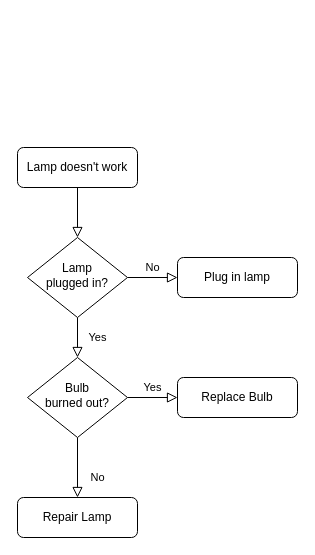
Before: Untitled Diagram.drawio in igor2000xp/drowIO, a draw.io diagram. Source tidied: cells renumbered, new cells numbered last; positions are measured from the earlier drawing's top-left corner, leaving out a move shared by most shapes. Both pictures are drawn from the tidied source at 100%, with x=0, y=0 at pixel (17, 147).
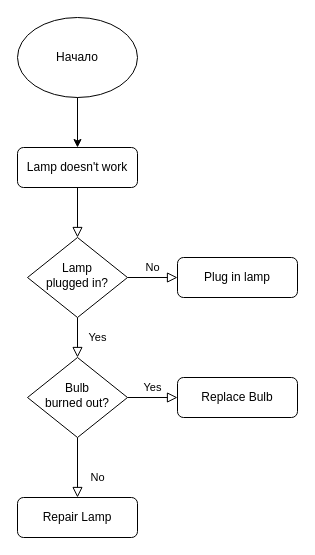
After the change.

Change to the diagram source:
```diff
@@
 <mxGraphModel>
   <root>
     <mxCell id="0" />
     <mxCell id="1" parent="0" />
     <mxCell id="2" style="rounded=0;html=1;jettySize=auto;fontSize=11;endArrow=block;endFill=0;endSize=8;strokeWidth=1;shadow=0;labelBackgroundColor=none;edgeStyle=orthogonalEdgeStyle;" parent="1" edge="1" source="3" target="6">
       <mxGeometry relative="1" as="geometry" />
     </mxCell>
     <mxCell id="3" value="Lamp doesn't work" style="rounded=1;whiteSpace=wrap;html=1;fontSize=12;glass=0;strokeWidth=1;shadow=0;" parent="1" vertex="1">
       <mxGeometry width="120" height="40" as="geometry" />
     </mxCell>
     <mxCell id="4" value="Yes" style="rounded=0;html=1;jettySize=auto;fontSize=11;endArrow=block;endFill=0;endSize=8;strokeWidth=1;shadow=0;labelBackgroundColor=none;edgeStyle=orthogonalEdgeStyle;" parent="1" edge="1" source="6" target="10">
       <mxGeometry y="20" relative="1" as="geometry" />
     </mxCell>
     <mxCell id="5" value="No" style="edgeStyle=orthogonalEdgeStyle;rounded=0;html=1;jettySize=auto;fontSize=11;endArrow=block;endFill=0;endSize=8;strokeWidth=1;shadow=0;labelBackgroundColor=none;" parent="1" edge="1" source="6" target="7">
       <mxGeometry y="10" relative="1" as="geometry" />
     </mxCell>
     <mxCell id="6" value="Lamp&lt;br&gt;plugged in?" style="rhombus;whiteSpace=wrap;html=1;shadow=0;fontFamily=Helvetica;fontSize=12;align=center;strokeWidth=1;spacing=6;spacingTop=-4;" parent="1" vertex="1">
       <mxGeometry x="10" y="90" width="100" height="80" as="geometry" />
     </mxCell>
     <mxCell id="7" value="Plug in lamp" style="rounded=1;whiteSpace=wrap;html=1;fontSize=12;glass=0;strokeWidth=1;shadow=0;" parent="1" vertex="1">
       <mxGeometry x="160" y="110" width="120" height="40" as="geometry" />
     </mxCell>
     <mxCell id="8" value="No" style="rounded=0;html=1;jettySize=auto;fontSize=11;endArrow=block;endFill=0;endSize=8;strokeWidth=1;shadow=0;labelBackgroundColor=none;edgeStyle=orthogonalEdgeStyle;" parent="1" edge="1" source="10" target="11">
       <mxGeometry x="0.33" y="20" relative="1" as="geometry" />
     </mxCell>
     <mxCell id="9" value="Yes" style="edgeStyle=orthogonalEdgeStyle;rounded=0;html=1;jettySize=auto;fontSize=11;endArrow=block;endFill=0;endSize=8;strokeWidth=1;shadow=0;labelBackgroundColor=none;" parent="1" edge="1" source="10" target="12">
       <mxGeometry y="10" relative="1" as="geometry" />
     </mxCell>
     <mxCell id="10" value="Bulb&lt;br&gt;burned out?" style="rhombus;whiteSpace=wrap;html=1;shadow=0;fontFamily=Helvetica;fontSize=12;align=center;strokeWidth=1;spacing=6;spacingTop=-4;" parent="1" vertex="1">
       <mxGeometry x="10" y="210" width="100" height="80" as="geometry" />
     </mxCell>
     <mxCell id="11" value="Repair Lamp" style="rounded=1;whiteSpace=wrap;html=1;fontSize=12;glass=0;strokeWidth=1;shadow=0;" parent="1" vertex="1">
       <mxGeometry y="350" width="120" height="40" as="geometry" />
     </mxCell>
     <mxCell id="12" value="Replace Bulb" style="rounded=1;whiteSpace=wrap;html=1;fontSize=12;glass=0;strokeWidth=1;shadow=0;" parent="1" vertex="1">
       <mxGeometry x="160" y="230" width="120" height="40" as="geometry" />
     </mxCell>
+    <mxCell id="13" value="Начало" style="ellipse;whiteSpace=wrap;html=1;" parent="1" vertex="1">
+      <mxGeometry y="-130" width="120" height="80" as="geometry" />
+    </mxCell>
+    <mxCell id="14" style="endArrow=classic;html=1;entryX=0.5;entryY=0;entryDx=0;entryDy=0;" parent="1" edge="1" source="13" target="3">
+      <mxGeometry relative="1" as="geometry" />
+    </mxCell>
   </root>
 </mxGraphModel>
```
